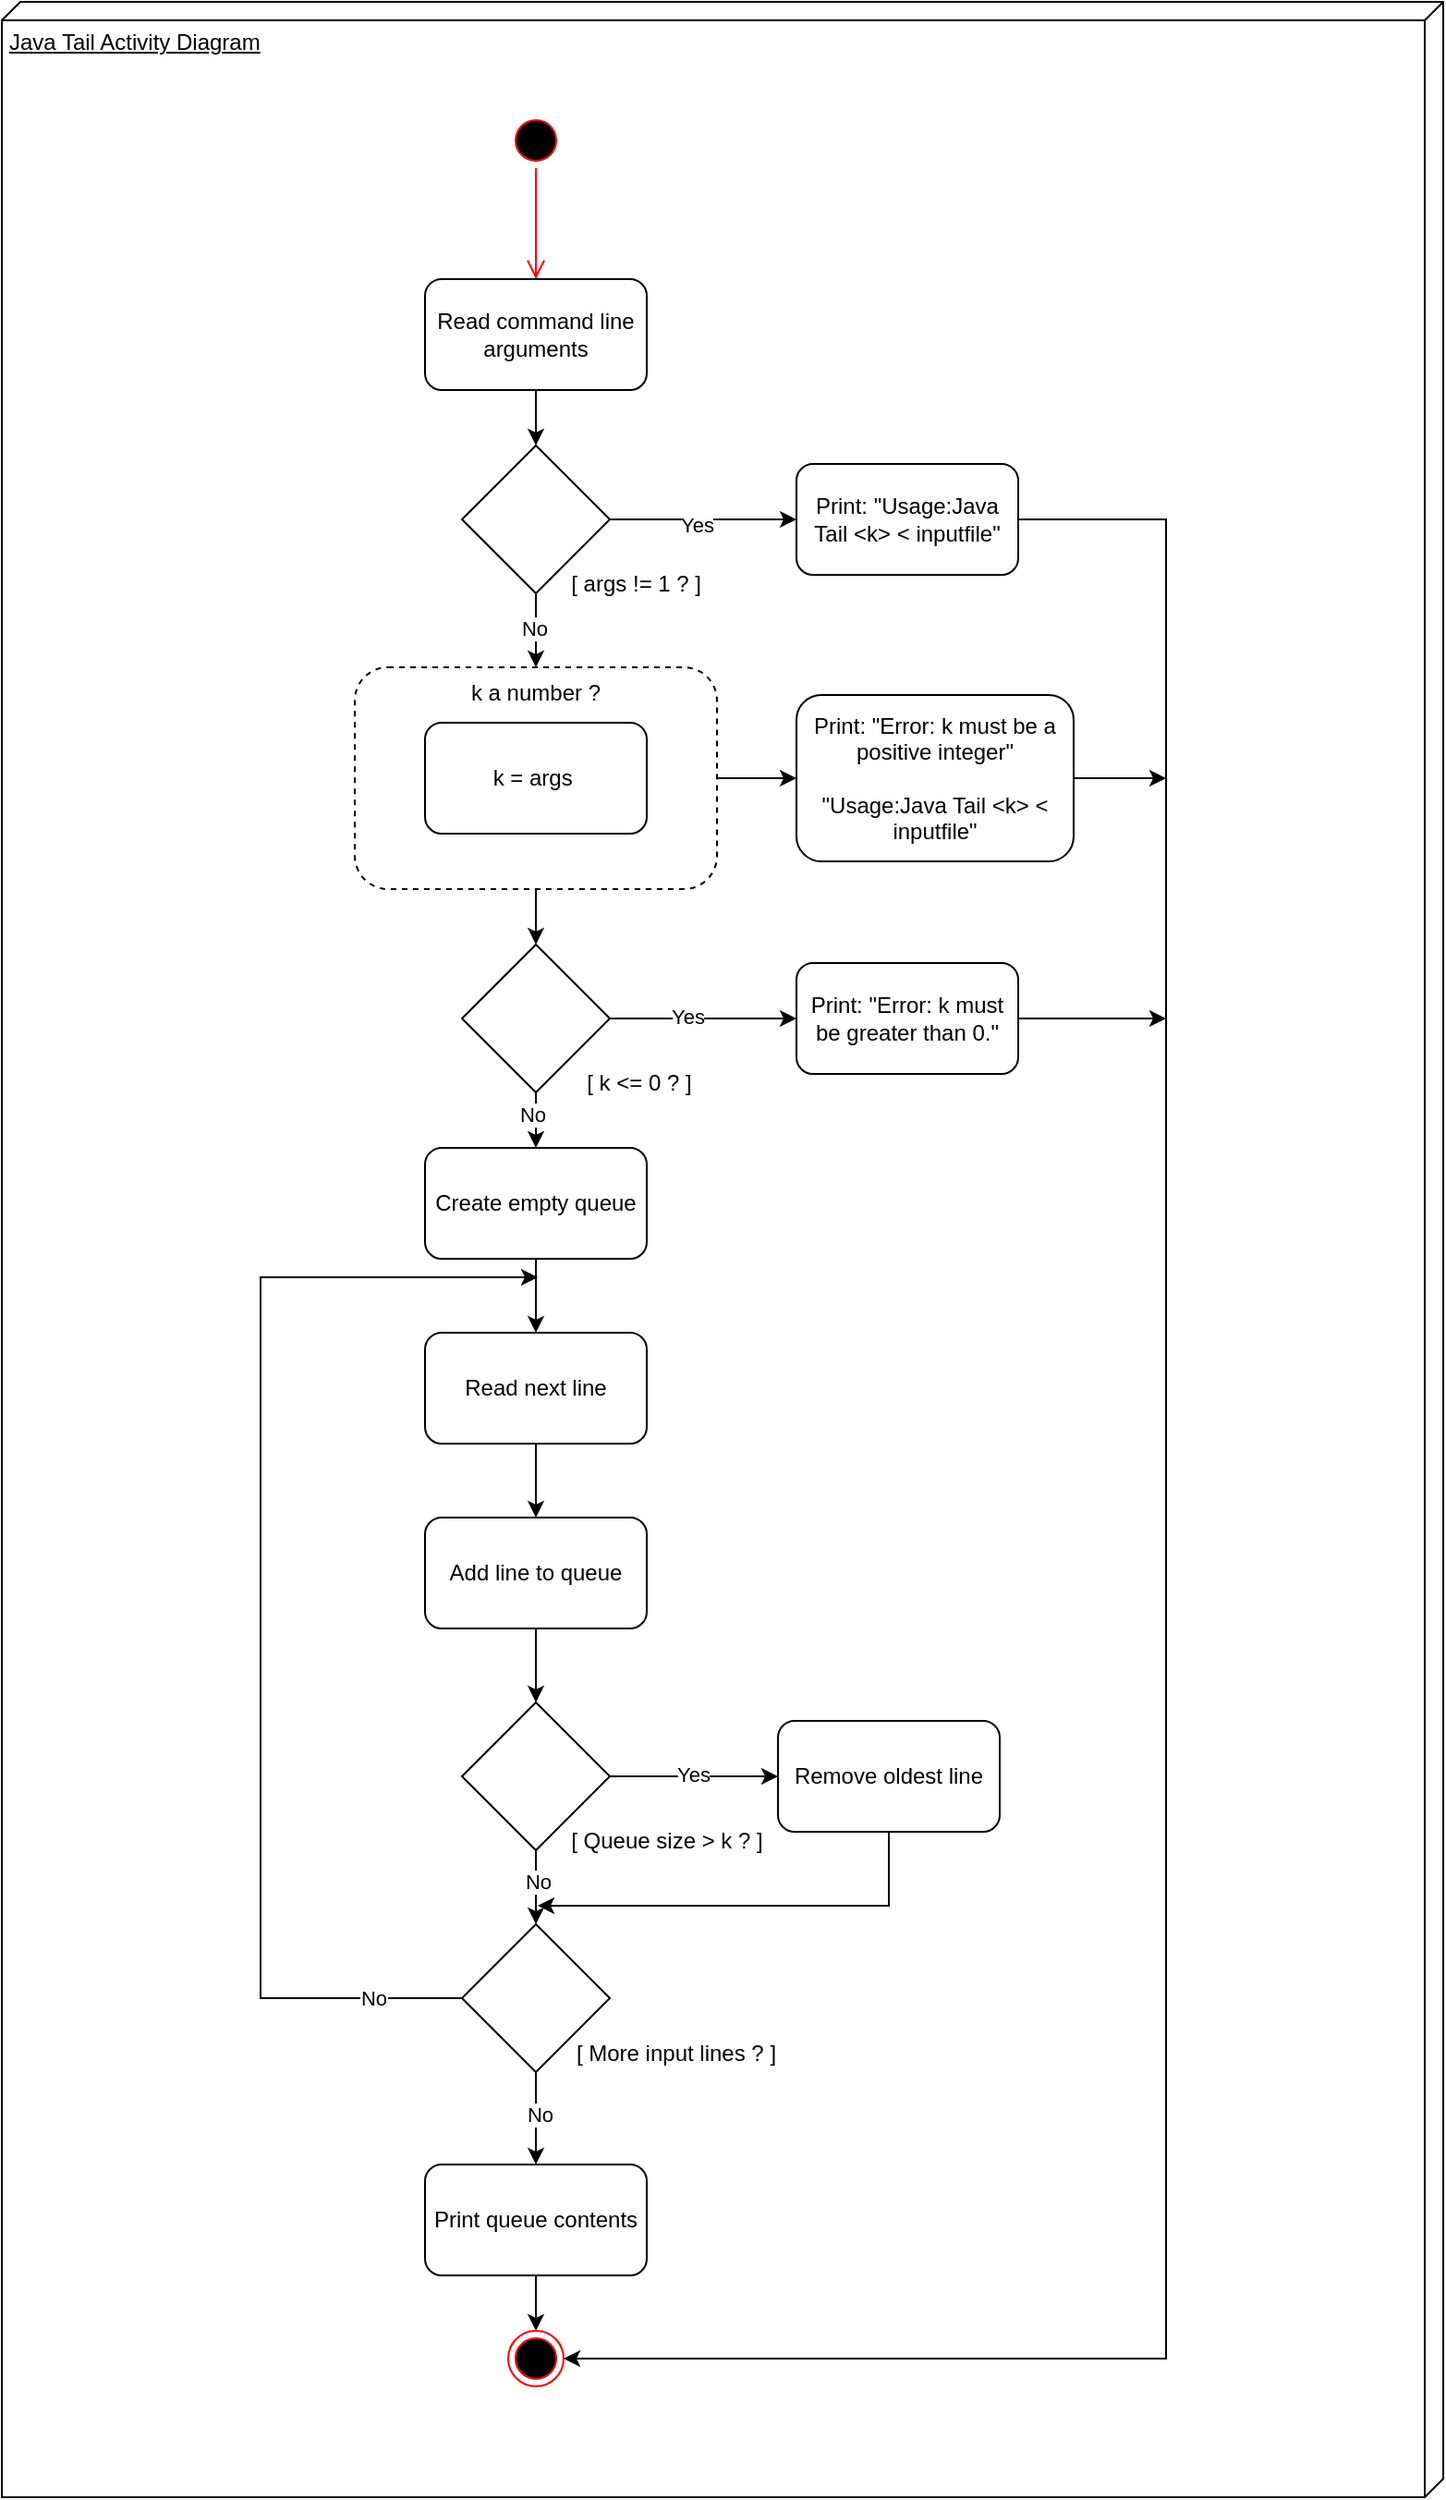
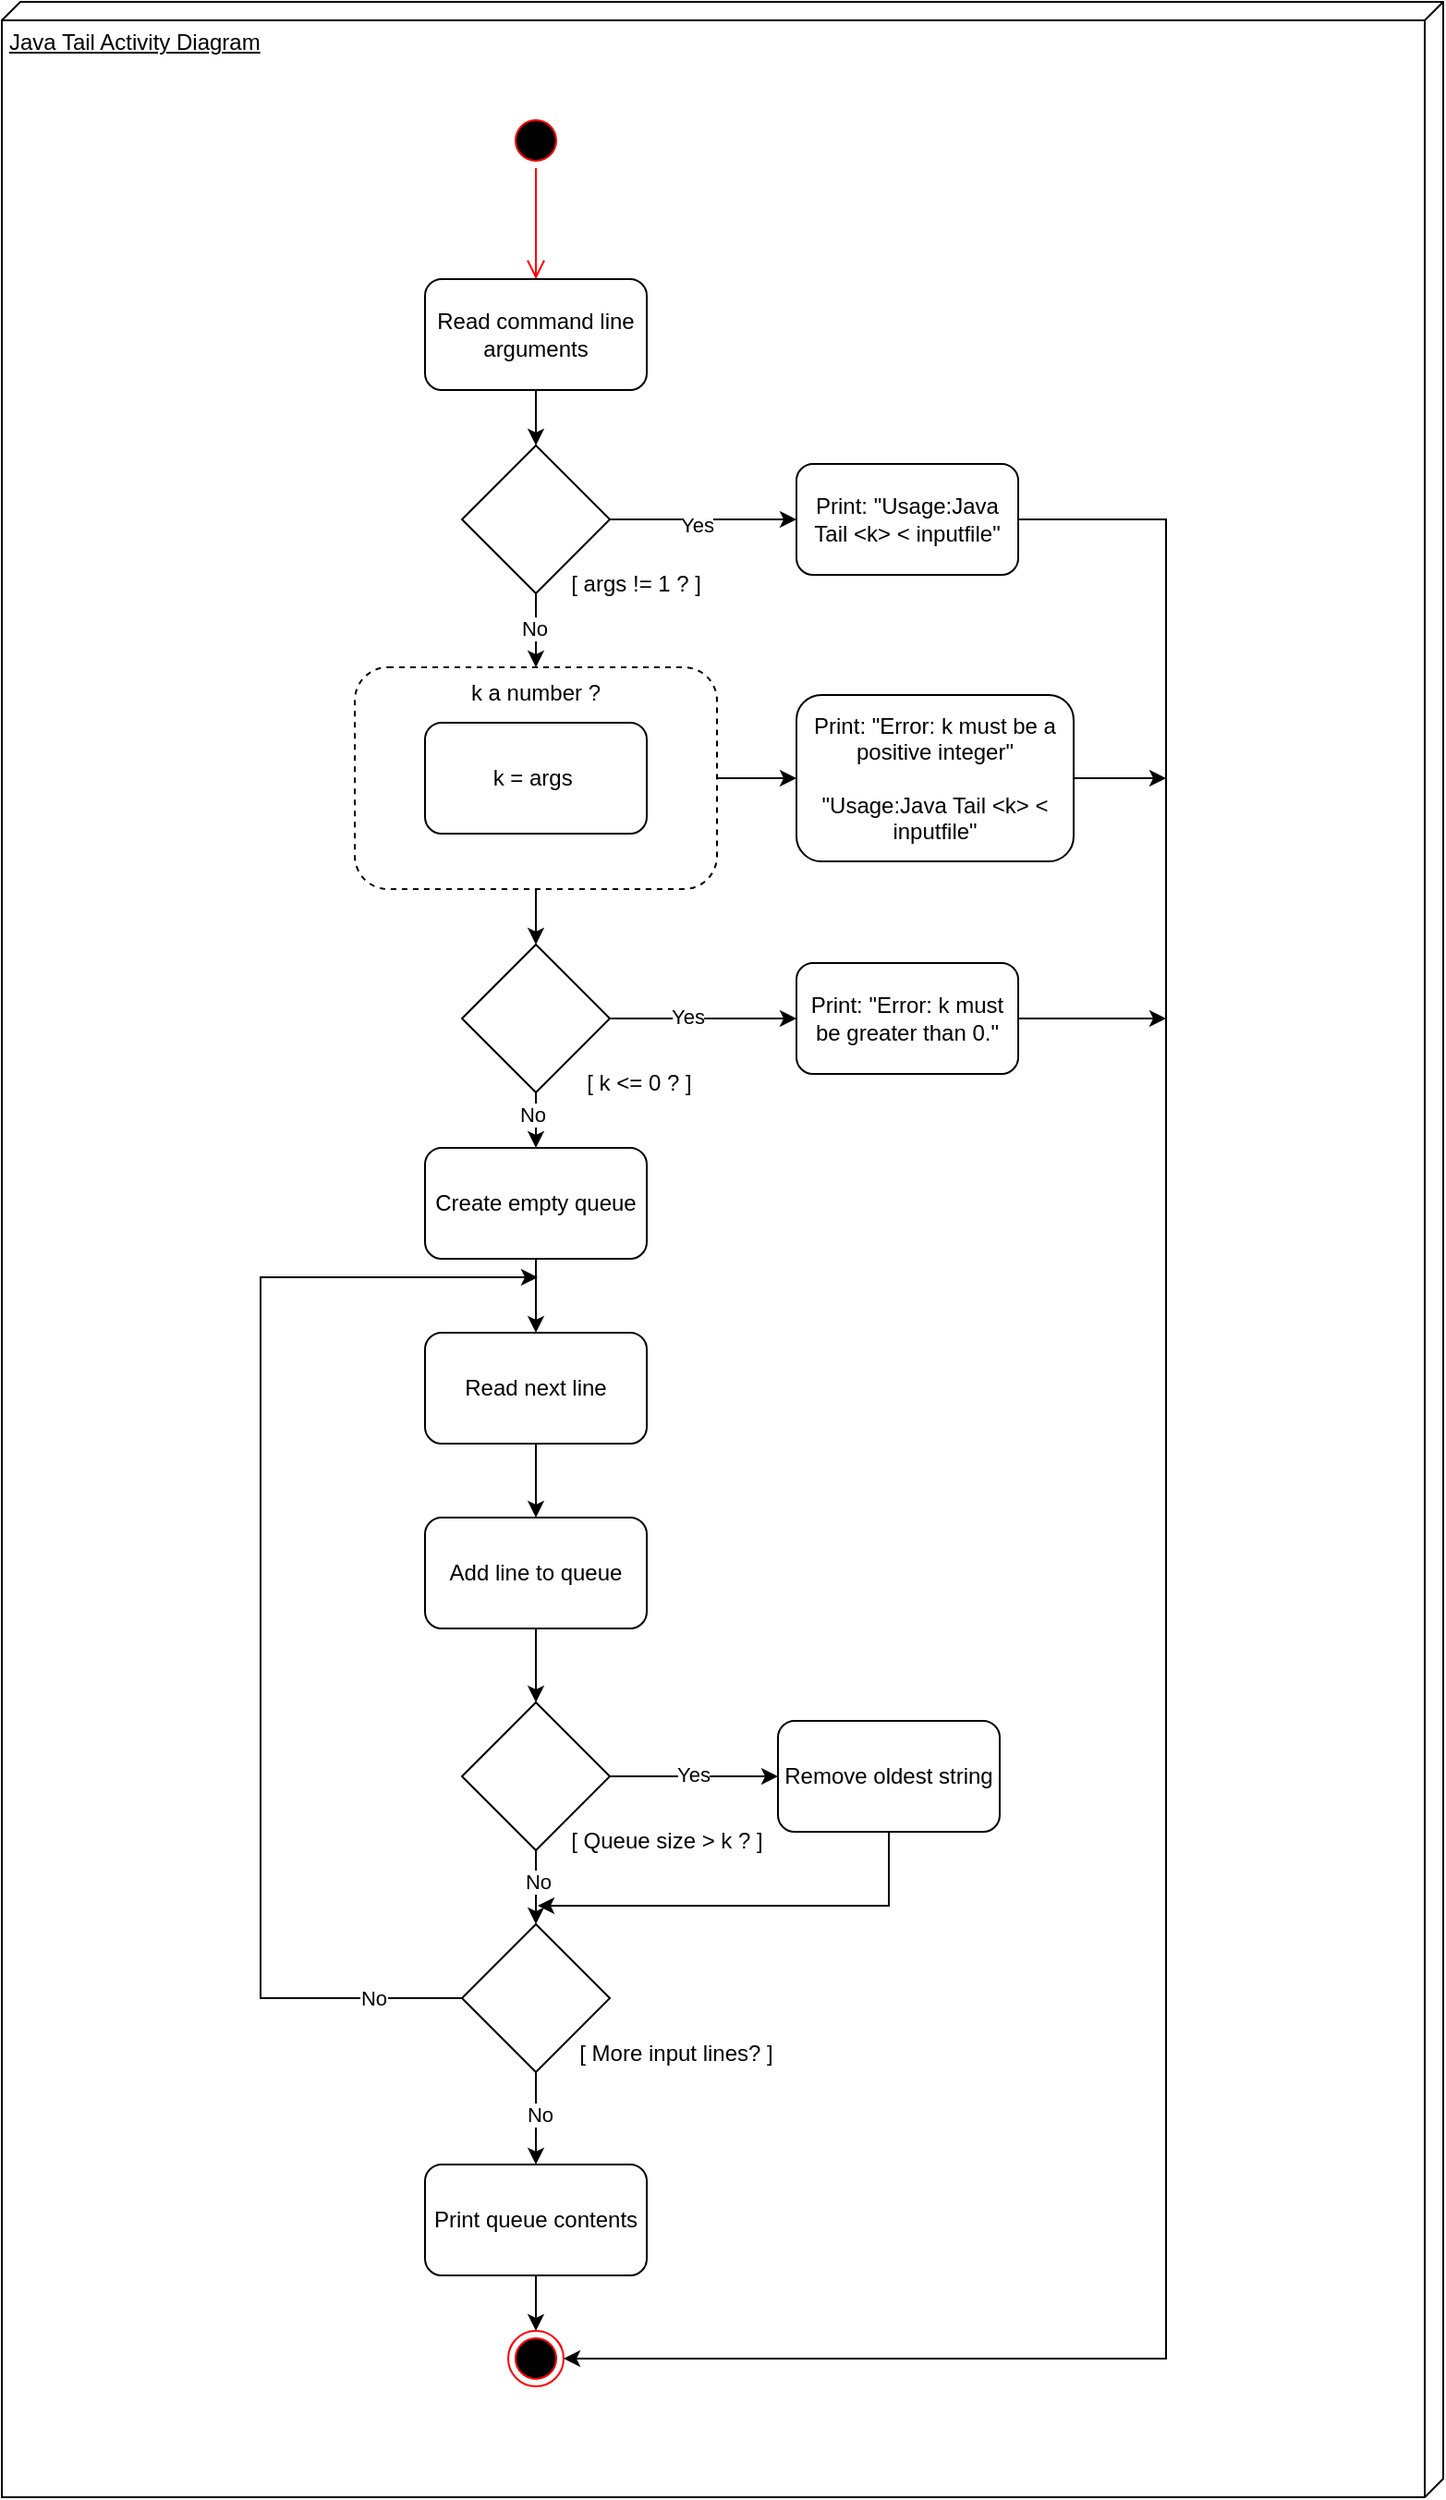
<mxfile host="app.diagrams.net">
  <diagram name="Page-1" id="BtsX4I49MUlJpfZ-mtI5">
-     <mxGraphModel dx="1287" dy="1893" grid="1" gridSize="10" guides="1" tooltips="1" connect="1" arrows="1" fold="1" page="1" pageScale="1" pageWidth="827" pageHeight="1169" math="0" shadow="0">
+     <mxGraphModel dx="965" dy="1420" grid="1" gridSize="10" guides="1" tooltips="1" connect="1" arrows="1" fold="1" page="1" pageScale="1" pageWidth="827" pageHeight="1169" math="0" shadow="0">
      <root>
        <mxCell id="0" />
        <mxCell id="1" parent="0" />
        <mxCell id="21FtehhCqHpiDLUhVcLg-54" parent="1" style="verticalAlign=top;align=left;spacingTop=8;spacingLeft=2;spacingRight=12;shape=cube;size=10;direction=south;fontStyle=4;html=1;whiteSpace=wrap;fillColor=none;" value="Java Tail Activity Diagram" vertex="1">
          <mxGeometry height="1350" width="780" x="110" y="10" as="geometry" />
        </mxCell>
        <mxCell id="21FtehhCqHpiDLUhVcLg-1" parent="1" style="ellipse;html=1;shape=startState;fillColor=#000000;strokeColor=#ff0000;" value="" vertex="1">
          <mxGeometry height="30" width="30" x="384" y="70" as="geometry" />
        </mxCell>
        <mxCell id="21FtehhCqHpiDLUhVcLg-2" edge="1" parent="1" source="21FtehhCqHpiDLUhVcLg-1" style="edgeStyle=orthogonalEdgeStyle;html=1;verticalAlign=bottom;endArrow=open;endSize=8;strokeColor=#ff0000;rounded=0;" value="">
          <mxGeometry relative="1" as="geometry">
            <mxPoint x="399" y="160" as="targetPoint" />
          </mxGeometry>
        </mxCell>
        <mxCell id="21FtehhCqHpiDLUhVcLg-10" edge="1" parent="1" source="21FtehhCqHpiDLUhVcLg-3" style="edgeStyle=orthogonalEdgeStyle;rounded=0;orthogonalLoop=1;jettySize=auto;html=1;entryX=0.5;entryY=0;entryDx=0;entryDy=0;" target="21FtehhCqHpiDLUhVcLg-5">
          <mxGeometry relative="1" as="geometry" />
        </mxCell>
        <mxCell id="21FtehhCqHpiDLUhVcLg-3" parent="1" style="rounded=1;whiteSpace=wrap;html=1;" value="Read command line arguments" vertex="1">
          <mxGeometry height="60" width="120" x="339" y="160" as="geometry" />
        </mxCell>
        <mxCell id="21FtehhCqHpiDLUhVcLg-8" edge="1" parent="1" source="21FtehhCqHpiDLUhVcLg-5" style="edgeStyle=orthogonalEdgeStyle;rounded=0;orthogonalLoop=1;jettySize=auto;html=1;" target="21FtehhCqHpiDLUhVcLg-7" value="">
          <mxGeometry relative="1" as="geometry" />
        </mxCell>
        <mxCell id="21FtehhCqHpiDLUhVcLg-11" connectable="0" parent="21FtehhCqHpiDLUhVcLg-8" style="edgeLabel;html=1;align=center;verticalAlign=middle;resizable=0;points=[];" value="Yes" vertex="1">
          <mxGeometry relative="1" x="-0.0769" y="-3" as="geometry">
            <mxPoint as="offset" />
          </mxGeometry>
        </mxCell>
        <mxCell id="21FtehhCqHpiDLUhVcLg-16" edge="1" parent="1" source="21FtehhCqHpiDLUhVcLg-5" style="edgeStyle=orthogonalEdgeStyle;rounded=0;orthogonalLoop=1;jettySize=auto;html=1;entryX=0.5;entryY=0;entryDx=0;entryDy=0;" target="21FtehhCqHpiDLUhVcLg-13">
          <mxGeometry relative="1" as="geometry" />
        </mxCell>
        <mxCell id="21FtehhCqHpiDLUhVcLg-19" connectable="0" parent="21FtehhCqHpiDLUhVcLg-16" style="edgeLabel;html=1;align=center;verticalAlign=middle;resizable=0;points=[];" value="No" vertex="1">
          <mxGeometry relative="1" x="-0.05" y="-1" as="geometry">
            <mxPoint as="offset" />
          </mxGeometry>
        </mxCell>
        <mxCell id="21FtehhCqHpiDLUhVcLg-5" parent="1" style="rhombus;whiteSpace=wrap;html=1;" value="" vertex="1">
          <mxGeometry height="80" width="80" x="359" y="250" as="geometry" />
        </mxCell>
        <mxCell id="21FtehhCqHpiDLUhVcLg-6" parent="1" style="text;html=1;whiteSpace=wrap;strokeColor=none;fillColor=none;align=center;verticalAlign=middle;rounded=0;" value="[ args != 1 ? ]&amp;nbsp;" vertex="1">
          <mxGeometry height="30" width="90" x="410" y="310" as="geometry" />
        </mxCell>
        <mxCell id="21FtehhCqHpiDLUhVcLg-51" edge="1" parent="1" source="21FtehhCqHpiDLUhVcLg-7" style="edgeStyle=orthogonalEdgeStyle;rounded=0;orthogonalLoop=1;jettySize=auto;html=1;entryX=1;entryY=0.5;entryDx=0;entryDy=0;" target="21FtehhCqHpiDLUhVcLg-49">
          <mxGeometry relative="1" as="geometry">
            <Array as="points">
              <mxPoint x="740" y="290" />
              <mxPoint x="740" y="1285" />
            </Array>
            <mxPoint x="440" y="1280" as="targetPoint" />
          </mxGeometry>
        </mxCell>
        <mxCell id="21FtehhCqHpiDLUhVcLg-7" parent="1" style="rounded=1;whiteSpace=wrap;html=1;" value="Print: &quot;Usage:Java Tail &amp;lt;k&amp;gt; &amp;lt; inputfile&quot;" vertex="1">
          <mxGeometry height="60" width="120" x="540" y="260" as="geometry" />
        </mxCell>
        <mxCell id="21FtehhCqHpiDLUhVcLg-12" parent="1" style="rounded=1;whiteSpace=wrap;html=1;" value="k = args&amp;nbsp;" vertex="1">
          <mxGeometry height="60" width="120" x="339" y="400" as="geometry" />
        </mxCell>
        <mxCell id="21FtehhCqHpiDLUhVcLg-15" edge="1" parent="1" source="21FtehhCqHpiDLUhVcLg-13" style="edgeStyle=orthogonalEdgeStyle;rounded=0;orthogonalLoop=1;jettySize=auto;html=1;entryX=0;entryY=0.5;entryDx=0;entryDy=0;" target="21FtehhCqHpiDLUhVcLg-14">
          <mxGeometry relative="1" as="geometry" />
        </mxCell>
        <mxCell id="21FtehhCqHpiDLUhVcLg-21" edge="1" parent="1" source="21FtehhCqHpiDLUhVcLg-13" style="edgeStyle=orthogonalEdgeStyle;rounded=0;orthogonalLoop=1;jettySize=auto;html=1;entryX=0.5;entryY=0;entryDx=0;entryDy=0;" target="21FtehhCqHpiDLUhVcLg-17">
          <mxGeometry relative="1" as="geometry" />
        </mxCell>
        <mxCell id="21FtehhCqHpiDLUhVcLg-13" parent="1" style="rounded=1;whiteSpace=wrap;html=1;fillColor=none;dashed=1;verticalAlign=top;" value="k a number ?" vertex="1">
          <mxGeometry height="120" width="196" x="301" y="370" as="geometry" />
        </mxCell>
        <mxCell id="21FtehhCqHpiDLUhVcLg-52" edge="1" parent="1" source="21FtehhCqHpiDLUhVcLg-14" style="edgeStyle=orthogonalEdgeStyle;rounded=0;orthogonalLoop=1;jettySize=auto;html=1;">
          <mxGeometry relative="1" as="geometry">
            <mxPoint x="740" y="430" as="targetPoint" />
          </mxGeometry>
        </mxCell>
        <mxCell id="21FtehhCqHpiDLUhVcLg-14" parent="1" style="rounded=1;whiteSpace=wrap;html=1;" value="Print: &quot;Error: k must be a positive integer&quot;&lt;div&gt;&lt;span style=&quot;background-color: transparent; color: light-dark(rgb(0, 0, 0), rgb(255, 255, 255));&quot;&gt;&lt;br&gt;&lt;/span&gt;&lt;/div&gt;&lt;div&gt;&lt;span style=&quot;background-color: transparent; color: light-dark(rgb(0, 0, 0), rgb(255, 255, 255));&quot;&gt;&quot;Usage:Java Tail &amp;lt;k&amp;gt; &amp;lt; inputfile&quot;&lt;/span&gt;&lt;/div&gt;" vertex="1">
          <mxGeometry height="90" width="150" x="540" y="385" as="geometry" />
        </mxCell>
        <mxCell id="21FtehhCqHpiDLUhVcLg-22" edge="1" parent="1" source="21FtehhCqHpiDLUhVcLg-17" style="edgeStyle=orthogonalEdgeStyle;rounded=0;orthogonalLoop=1;jettySize=auto;html=1;entryX=0;entryY=0.5;entryDx=0;entryDy=0;" target="21FtehhCqHpiDLUhVcLg-20">
          <mxGeometry relative="1" as="geometry" />
        </mxCell>
        <mxCell id="21FtehhCqHpiDLUhVcLg-23" connectable="0" parent="21FtehhCqHpiDLUhVcLg-22" style="edgeLabel;html=1;align=center;verticalAlign=middle;resizable=0;points=[];" value="Yes" vertex="1">
          <mxGeometry relative="1" x="-0.1648" y="1" as="geometry">
            <mxPoint as="offset" />
          </mxGeometry>
        </mxCell>
        <mxCell id="21FtehhCqHpiDLUhVcLg-32" edge="1" parent="1" source="21FtehhCqHpiDLUhVcLg-17" style="edgeStyle=orthogonalEdgeStyle;rounded=0;orthogonalLoop=1;jettySize=auto;html=1;entryX=0.5;entryY=0;entryDx=0;entryDy=0;" target="21FtehhCqHpiDLUhVcLg-25">
          <mxGeometry relative="1" as="geometry" />
        </mxCell>
        <mxCell id="21FtehhCqHpiDLUhVcLg-33" connectable="0" parent="21FtehhCqHpiDLUhVcLg-32" style="edgeLabel;html=1;align=center;verticalAlign=middle;resizable=0;points=[];" value="No" vertex="1">
          <mxGeometry relative="1" x="0.28" y="-2" as="geometry">
            <mxPoint as="offset" />
          </mxGeometry>
        </mxCell>
        <mxCell id="21FtehhCqHpiDLUhVcLg-17" parent="1" style="rhombus;whiteSpace=wrap;html=1;" value="" vertex="1">
          <mxGeometry height="80" width="80" x="359" y="520" as="geometry" />
        </mxCell>
        <mxCell id="21FtehhCqHpiDLUhVcLg-18" parent="1" style="text;html=1;whiteSpace=wrap;strokeColor=none;fillColor=none;align=center;verticalAlign=middle;rounded=0;" value="[ k &amp;lt;= 0 ? ]" vertex="1">
          <mxGeometry height="30" width="60" x="425" y="580" as="geometry" />
        </mxCell>
        <mxCell id="21FtehhCqHpiDLUhVcLg-53" edge="1" parent="1" source="21FtehhCqHpiDLUhVcLg-20" style="edgeStyle=orthogonalEdgeStyle;rounded=0;orthogonalLoop=1;jettySize=auto;html=1;">
          <mxGeometry relative="1" as="geometry">
            <mxPoint x="740" y="560" as="targetPoint" />
          </mxGeometry>
        </mxCell>
        <mxCell id="21FtehhCqHpiDLUhVcLg-20" parent="1" style="rounded=1;whiteSpace=wrap;html=1;" value="Print: &quot;Error: k must be greater than 0.&quot;" vertex="1">
          <mxGeometry height="60" width="120" x="540" y="530" as="geometry" />
        </mxCell>
        <mxCell id="21FtehhCqHpiDLUhVcLg-39" edge="1" parent="1" source="21FtehhCqHpiDLUhVcLg-25" style="edgeStyle=orthogonalEdgeStyle;rounded=0;orthogonalLoop=1;jettySize=auto;html=1;entryX=0.5;entryY=0;entryDx=0;entryDy=0;" target="21FtehhCqHpiDLUhVcLg-26">
          <mxGeometry relative="1" as="geometry" />
        </mxCell>
        <mxCell id="21FtehhCqHpiDLUhVcLg-25" parent="1" style="rounded=1;whiteSpace=wrap;html=1;" value="Create empty queue" vertex="1">
          <mxGeometry height="60" width="120" x="339" y="630" as="geometry" />
        </mxCell>
        <mxCell id="21FtehhCqHpiDLUhVcLg-40" edge="1" parent="1" source="21FtehhCqHpiDLUhVcLg-26" style="edgeStyle=orthogonalEdgeStyle;rounded=0;orthogonalLoop=1;jettySize=auto;html=1;entryX=0.5;entryY=0;entryDx=0;entryDy=0;" target="21FtehhCqHpiDLUhVcLg-27">
          <mxGeometry relative="1" as="geometry" />
        </mxCell>
        <mxCell id="21FtehhCqHpiDLUhVcLg-26" parent="1" style="rounded=1;whiteSpace=wrap;html=1;" value="Read next line" vertex="1">
          <mxGeometry height="60" width="120" x="339" y="730" as="geometry" />
        </mxCell>
        <mxCell id="21FtehhCqHpiDLUhVcLg-41" edge="1" parent="1" source="21FtehhCqHpiDLUhVcLg-27" style="edgeStyle=orthogonalEdgeStyle;rounded=0;orthogonalLoop=1;jettySize=auto;html=1;entryX=0.5;entryY=0;entryDx=0;entryDy=0;" target="21FtehhCqHpiDLUhVcLg-29">
          <mxGeometry relative="1" as="geometry" />
        </mxCell>
        <mxCell id="21FtehhCqHpiDLUhVcLg-27" parent="1" style="rounded=1;whiteSpace=wrap;html=1;" value="Add line to queue" vertex="1">
          <mxGeometry height="60" width="120" x="339" y="830" as="geometry" />
        </mxCell>
        <mxCell id="21FtehhCqHpiDLUhVcLg-34" edge="1" parent="1" source="21FtehhCqHpiDLUhVcLg-29" style="edgeStyle=orthogonalEdgeStyle;rounded=0;orthogonalLoop=1;jettySize=auto;html=1;entryX=0;entryY=0.5;entryDx=0;entryDy=0;" target="21FtehhCqHpiDLUhVcLg-31">
          <mxGeometry relative="1" as="geometry" />
        </mxCell>
        <mxCell id="21FtehhCqHpiDLUhVcLg-35" connectable="0" parent="21FtehhCqHpiDLUhVcLg-34" style="edgeLabel;html=1;align=center;verticalAlign=middle;resizable=0;points=[];" value="Yes" vertex="1">
          <mxGeometry relative="1" x="-0.011" y="1" as="geometry">
            <mxPoint as="offset" />
          </mxGeometry>
        </mxCell>
        <mxCell id="21FtehhCqHpiDLUhVcLg-42" edge="1" parent="1" source="21FtehhCqHpiDLUhVcLg-29" style="edgeStyle=orthogonalEdgeStyle;rounded=0;orthogonalLoop=1;jettySize=auto;html=1;entryX=0.5;entryY=0;entryDx=0;entryDy=0;" target="21FtehhCqHpiDLUhVcLg-36">
          <mxGeometry relative="1" as="geometry" />
        </mxCell>
        <mxCell id="21FtehhCqHpiDLUhVcLg-43" connectable="0" parent="21FtehhCqHpiDLUhVcLg-42" style="edgeLabel;html=1;align=center;verticalAlign=middle;resizable=0;points=[];" value="No" vertex="1">
          <mxGeometry relative="1" x="-0.15" y="1" as="geometry">
            <mxPoint as="offset" />
          </mxGeometry>
        </mxCell>
        <mxCell id="21FtehhCqHpiDLUhVcLg-29" parent="1" style="rhombus;whiteSpace=wrap;html=1;" value="" vertex="1">
          <mxGeometry height="80" width="80" x="359" y="930" as="geometry" />
        </mxCell>
        <mxCell id="21FtehhCqHpiDLUhVcLg-30" parent="1" style="text;html=1;whiteSpace=wrap;strokeColor=none;fillColor=none;align=center;verticalAlign=middle;rounded=0;" value="[ Queue size &amp;gt; k ? ]" vertex="1">
          <mxGeometry height="30" width="120" x="410" y="990" as="geometry" />
        </mxCell>
        <mxCell id="21FtehhCqHpiDLUhVcLg-44" edge="1" parent="1" source="21FtehhCqHpiDLUhVcLg-31" style="edgeStyle=orthogonalEdgeStyle;rounded=0;orthogonalLoop=1;jettySize=auto;html=1;">
          <mxGeometry relative="1" as="geometry">
            <Array as="points">
              <mxPoint x="590" y="1040" />
            </Array>
            <mxPoint x="400" y="1040" as="targetPoint" />
          </mxGeometry>
        </mxCell>
-         <mxCell id="21FtehhCqHpiDLUhVcLg-31" parent="1" style="rounded=1;whiteSpace=wrap;html=1;" value="Remove oldest line" vertex="1">
+         <mxCell id="21FtehhCqHpiDLUhVcLg-31" parent="1" style="rounded=1;whiteSpace=wrap;html=1;" value="Remove oldest string" vertex="1">
          <mxGeometry height="60" width="120" x="530" y="940" as="geometry" />
        </mxCell>
        <mxCell id="21FtehhCqHpiDLUhVcLg-45" edge="1" parent="1" source="21FtehhCqHpiDLUhVcLg-36" style="edgeStyle=orthogonalEdgeStyle;rounded=0;orthogonalLoop=1;jettySize=auto;html=1;" target="21FtehhCqHpiDLUhVcLg-38" value="">
          <mxGeometry relative="1" as="geometry" />
        </mxCell>
        <mxCell id="21FtehhCqHpiDLUhVcLg-46" connectable="0" parent="21FtehhCqHpiDLUhVcLg-45" style="edgeLabel;html=1;align=center;verticalAlign=middle;resizable=0;points=[];" value="No" vertex="1">
          <mxGeometry relative="1" x="-0.08" y="2" as="geometry">
            <mxPoint as="offset" />
          </mxGeometry>
        </mxCell>
        <mxCell id="21FtehhCqHpiDLUhVcLg-47" edge="1" parent="1" source="21FtehhCqHpiDLUhVcLg-36" style="edgeStyle=orthogonalEdgeStyle;rounded=0;orthogonalLoop=1;jettySize=auto;html=1;">
          <mxGeometry relative="1" as="geometry">
            <Array as="points">
              <mxPoint x="250" y="1090" />
              <mxPoint x="250" y="700" />
            </Array>
            <mxPoint x="400" y="700" as="targetPoint" />
          </mxGeometry>
        </mxCell>
        <mxCell id="21FtehhCqHpiDLUhVcLg-48" connectable="0" parent="21FtehhCqHpiDLUhVcLg-47" style="edgeLabel;html=1;align=center;verticalAlign=middle;resizable=0;points=[];" value="No" vertex="1">
          <mxGeometry relative="1" x="-0.8521" as="geometry">
            <mxPoint as="offset" />
          </mxGeometry>
        </mxCell>
        <mxCell id="21FtehhCqHpiDLUhVcLg-36" parent="1" style="rhombus;whiteSpace=wrap;html=1;" value="" vertex="1">
          <mxGeometry height="80" width="80" x="359" y="1050" as="geometry" />
        </mxCell>
-         <mxCell id="21FtehhCqHpiDLUhVcLg-37" parent="1" style="text;html=1;whiteSpace=wrap;strokeColor=none;fillColor=none;align=center;verticalAlign=middle;rounded=0;" value="[ More input lines ? ]" vertex="1">
+         <mxCell id="21FtehhCqHpiDLUhVcLg-37" parent="1" style="text;html=1;whiteSpace=wrap;strokeColor=none;fillColor=none;align=center;verticalAlign=middle;rounded=0;" value="[ More input lines? ]" vertex="1">
          <mxGeometry height="20" width="130" x="410" y="1110" as="geometry" />
        </mxCell>
        <mxCell id="21FtehhCqHpiDLUhVcLg-50" edge="1" parent="1" source="21FtehhCqHpiDLUhVcLg-38" style="edgeStyle=orthogonalEdgeStyle;rounded=0;orthogonalLoop=1;jettySize=auto;html=1;" target="21FtehhCqHpiDLUhVcLg-49" value="">
          <mxGeometry relative="1" as="geometry" />
        </mxCell>
        <mxCell id="21FtehhCqHpiDLUhVcLg-38" parent="1" style="rounded=1;whiteSpace=wrap;html=1;" value="Print queue contents" vertex="1">
          <mxGeometry height="60" width="120" x="339" y="1180" as="geometry" />
        </mxCell>
        <mxCell id="21FtehhCqHpiDLUhVcLg-49" parent="1" style="ellipse;html=1;shape=endState;fillColor=#000000;strokeColor=#ff0000;" value="" vertex="1">
          <mxGeometry height="30" width="30" x="384" y="1270" as="geometry" />
        </mxCell>
      </root>
    </mxGraphModel>
  </diagram>
</mxfile>
